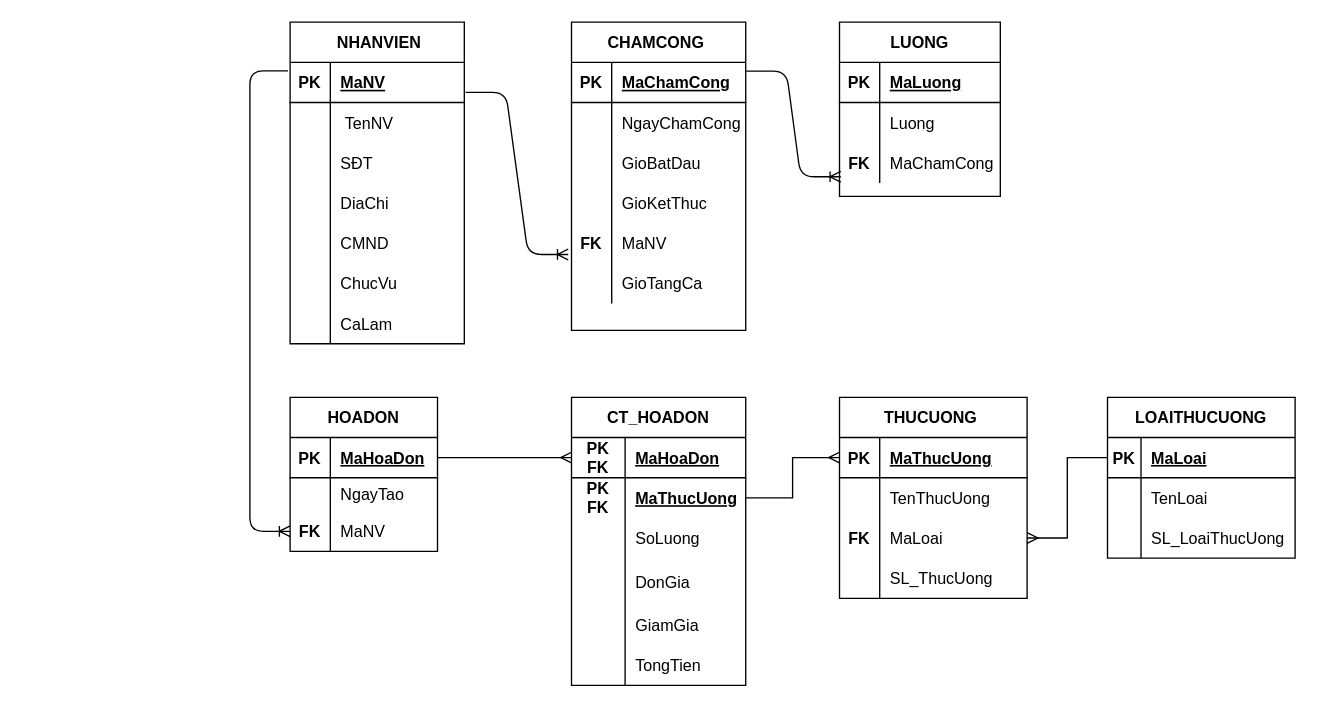
TruongNguyenYenNhi/PTTK-QL-b-n-h-ng keeps this draw.io diagram as Draw.io/ERD.drawio. Above is the earlier version. Source tidied: cells renumbered, new cells numbered last; positions are measured from the earlier drawing's top-left corner, leaving out a move shared by most shapes. Both pictures are drawn from the tidied source at 134%, with x=0, y=0 at pixel (249, 21).
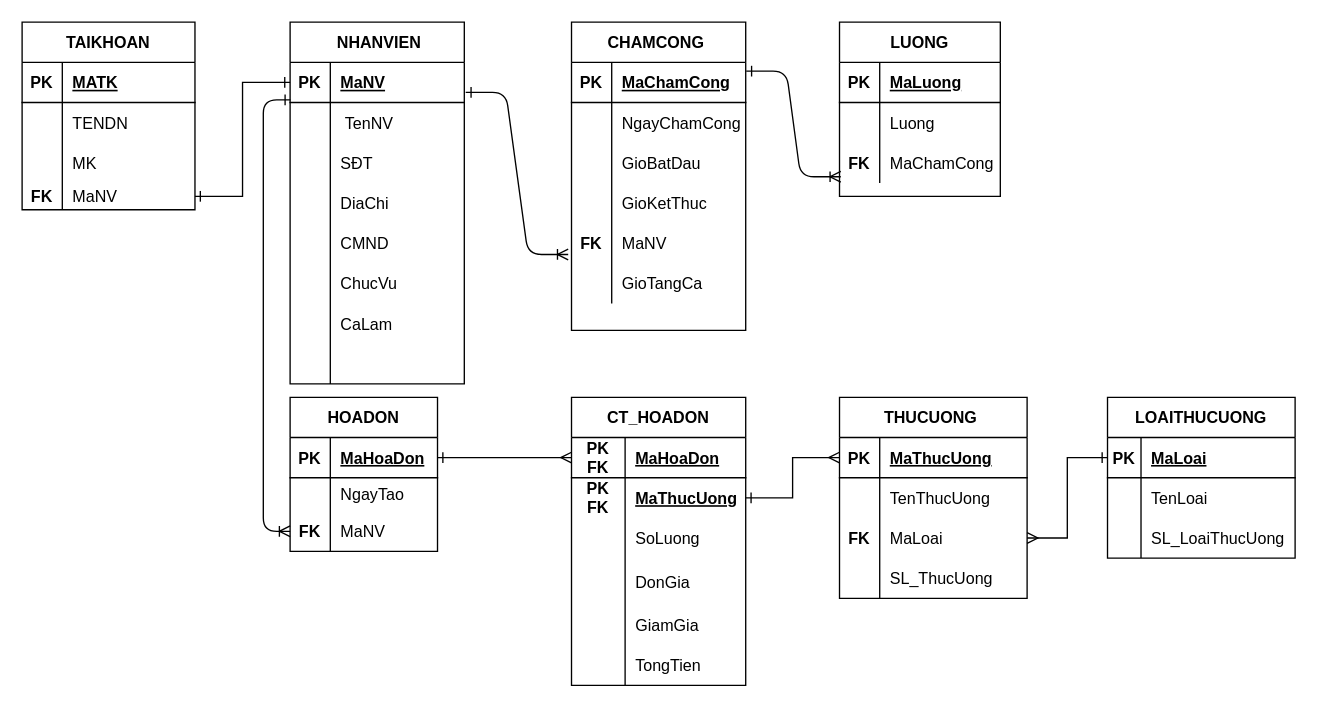
After the change.

The change refers to these unchanged cells:
```xml
<mxCell id="3" style="shape=partialRectangle;fillColor=none;top=0;left=0;bottom=1;right=0;points=[[0,0.5],[1,0.5]];portConstraint=eastwest;" parent="2" vertex="1">
  <mxGeometry y="30" width="130" height="30" as="geometry" />
</mxCell>
<mxCell id="25" style="shape=partialRectangle;fillColor=none;top=0;left=0;bottom=1;right=0;points=[[0,0.5],[1,0.5]];portConstraint=eastwest;" parent="24" vertex="1">
  <mxGeometry y="30" width="130" height="30" as="geometry" />
</mxCell>
<mxCell id="37" style="shape=partialRectangle;fillColor=none;top=0;left=0;bottom=0;right=0;points=[[0,0.5],[1,0.5]];portConstraint=eastwest;" parent="24" vertex="1">
  <mxGeometry y="150" width="130" height="30" as="geometry" />
</mxCell>
<mxCell id="50" style="shape=partialRectangle;fillColor=none;top=0;left=0;bottom=0;right=0;points=[[0,0.5],[1,0.5]];portConstraint=eastwest;" parent="43" vertex="1">
  <mxGeometry y="90" width="120" height="30" as="geometry" />
</mxCell>
<mxCell id="54" style="shape=partialRectangle;fillColor=none;top=0;left=0;bottom=1;right=0;points=[[0,0.5],[1,0.5]];portConstraint=eastwest;" parent="53" vertex="1">
  <mxGeometry y="30" width="140" height="30" as="geometry" />
</mxCell>
<mxCell id="60" style="shape=partialRectangle;fillColor=none;top=0;left=0;bottom=0;right=0;points=[[0,0.5],[1,0.5]];portConstraint=eastwest;" parent="53" vertex="1">
  <mxGeometry y="90" width="140" height="30" as="geometry" />
</mxCell>
<mxCell id="67" style="shape=partialRectangle;fillColor=none;top=0;left=0;bottom=1;right=0;points=[[0,0.5],[1,0.5]];portConstraint=eastwest;" parent="66" vertex="1">
  <mxGeometry y="30" width="130" height="30" as="geometry" />
</mxCell>
<mxCell id="70" style="shape=partialRectangle;fillColor=none;top=0;left=0;bottom=0;right=0;points=[[0,0.5],[1,0.5]];portConstraint=eastwest;" parent="66" vertex="1">
  <mxGeometry y="60" width="130" height="30" as="geometry" />
</mxCell>
<mxCell id="86" style="shape=partialRectangle;fillColor=none;top=0;left=0;bottom=1;right=0;points=[[0,0.5],[1,0.5]];portConstraint=eastwest;" parent="85" vertex="1">
  <mxGeometry y="30" width="110" height="30" as="geometry" />
</mxCell>
<mxCell id="92" style="shape=partialRectangle;fillColor=none;top=0;left=0;bottom=0;right=0;points=[[0,0.5],[1,0.5]];portConstraint=eastwest;" parent="85" vertex="1">
  <mxGeometry y="85" width="110" height="30" as="geometry" />
</mxCell>
<mxCell id="96" style="shape=partialRectangle;fillColor=none;top=0;left=0;bottom=1;right=0;points=[[0,0.5],[1,0.5]];portConstraint=eastwest;" parent="95" vertex="1">
  <mxGeometry y="30" width="140" height="30" as="geometry" />
</mxCell>
```

What changed in the source:
```diff
@@
     <mxCell id="2" value=" NHANVIEN" style="shape=table;startSize=30;childLayout=tableLayout;rowLines=0;fontStyle=1;align=center;" parent="1" vertex="1">
-      <mxGeometry x="30" width="130" height="240" as="geometry" />
+      <mxGeometry x="30" width="130" height="270" as="geometry" />
     </mxCell>
@@
+    <mxCell id="111" style="shape=partialRectangle;fillColor=none;top=0;left=0;bottom=0;right=0;" parent="2" vertex="1">
+      <mxGeometry y="240" width="130" height="30" as="geometry" />
+    </mxCell>
+    <mxCell id="112" style="shape=partialRectangle;fillColor=none;top=0;left=0;bottom=0;right=0;overflow=hidden;" parent="111" vertex="1">
+      <mxGeometry width="30" height="30" as="geometry" />
+    </mxCell>
+    <mxCell id="113" style="shape=partialRectangle;fillColor=none;top=0;left=0;bottom=0;right=0;align=left;spacingLeft=6;overflow=hidden;" parent="111" vertex="1">
+      <mxGeometry x="30" width="100" height="30" as="geometry" />
+    </mxCell>
@@
-    <mxCell id="105" style="edgeStyle=entityRelationEdgeStyle;fontSize=12;html=1;endArrow=ERoneToMany;entryX=-0.019;entryY=0.78;entryDx=0;entryDy=0;entryPerimeter=0;exitX=1.008;exitY=0.747;exitDx=0;exitDy=0;exitPerimeter=0;" parent="1" edge="1" source="3" target="37">
+    <mxCell id="105" style="edgeStyle=entityRelationEdgeStyle;fontSize=12;html=1;endArrow=ERoneToMany;entryX=-0.019;entryY=0.78;entryDx=0;entryDy=0;entryPerimeter=0;exitX=1.008;exitY=0.747;exitDx=0;exitDy=0;exitPerimeter=0;startArrow=ERone;startFill=0;" parent="1" edge="1" source="3" target="37">
       <mxGeometry relative="1" as="geometry" />
     </mxCell>
-    <mxCell id="106" style="edgeStyle=entityRelationEdgeStyle;fontSize=12;html=1;endArrow=ERoneToMany;entryX=0.008;entryY=0.847;entryDx=0;entryDy=0;entryPerimeter=0;exitX=1.003;exitY=0.22;exitDx=0;exitDy=0;exitPerimeter=0;" parent="1" edge="1" source="25" target="50">
+    <mxCell id="106" style="edgeStyle=entityRelationEdgeStyle;fontSize=12;html=1;endArrow=ERoneToMany;entryX=0.008;entryY=0.847;entryDx=0;entryDy=0;entryPerimeter=0;exitX=1.003;exitY=0.22;exitDx=0;exitDy=0;exitPerimeter=0;startArrow=ERone;startFill=0;" parent="1" edge="1" source="25" target="50">
       <mxGeometry relative="1" as="geometry" />
     </mxCell>
-    <mxCell id="107" style="edgeStyle=orthogonalEdgeStyle;fontSize=12;html=1;endArrow=ERoneToMany;exitX=-0.012;exitY=0.213;exitDx=0;exitDy=0;exitPerimeter=0;entryX=0;entryY=0.5;entryDx=0;entryDy=0;" parent="1" edge="1" source="3" target="92">
+    <mxCell id="107" style="edgeStyle=orthogonalEdgeStyle;fontSize=12;html=1;endArrow=ERoneToMany;exitX=0.002;exitY=0.933;exitDx=0;exitDy=0;exitPerimeter=0;entryX=0;entryY=0.5;entryDx=0;entryDy=0;startArrow=ERone;startFill=0;" parent="1" edge="1" source="3" target="92">
       <mxGeometry relative="1" as="geometry">
         <Array as="points">
-          <mxPoint y="36" />
-          <mxPoint y="380" />
+          <mxPoint x="10" y="58" />
+          <mxPoint x="10" y="380" />
         </Array>
       </mxGeometry>
     </mxCell>
-    <mxCell id="108" style="edgeStyle=orthogonalEdgeStyle;rounded=0;jettySize=auto;html=1;exitX=1;exitY=0.5;exitDx=0;exitDy=0;entryX=0;entryY=0.5;entryDx=0;entryDy=0;endArrow=ERmany;endFill=0;" parent="1" edge="1" source="86" target="67">
+    <mxCell id="108" style="edgeStyle=orthogonalEdgeStyle;rounded=0;jettySize=auto;html=1;exitX=1;exitY=0.5;exitDx=0;exitDy=0;entryX=0;entryY=0.5;entryDx=0;entryDy=0;endArrow=ERmany;endFill=0;startArrow=ERone;startFill=0;" parent="1" edge="1" source="86" target="67">
       <mxGeometry relative="1" as="geometry" />
     </mxCell>
-    <mxCell id="109" style="edgeStyle=orthogonalEdgeStyle;rounded=0;jettySize=auto;html=1;exitX=0;exitY=0.5;exitDx=0;exitDy=0;entryX=1;entryY=0.5;entryDx=0;entryDy=0;endArrow=ERmany;endFill=0;" parent="1" edge="1" source="96" target="60">
+    <mxCell id="109" style="edgeStyle=orthogonalEdgeStyle;rounded=0;jettySize=auto;html=1;exitX=0;exitY=0.5;exitDx=0;exitDy=0;entryX=1;entryY=0.5;entryDx=0;entryDy=0;endArrow=ERmany;endFill=0;startArrow=ERone;startFill=0;" parent="1" edge="1" source="96" target="60">
       <mxGeometry relative="1" as="geometry" />
     </mxCell>
-    <mxCell id="110" style="rounded=0;jettySize=auto;html=1;exitX=1;exitY=0.5;exitDx=0;exitDy=0;entryX=0;entryY=0.5;entryDx=0;entryDy=0;endArrow=ERmany;endFill=0;edgeStyle=orthogonalEdgeStyle;" parent="1" edge="1" source="70" target="54">
+    <mxCell id="110" style="rounded=0;jettySize=auto;html=1;exitX=1;exitY=0.5;exitDx=0;exitDy=0;entryX=0;entryY=0.5;entryDx=0;entryDy=0;endArrow=ERmany;endFill=0;edgeStyle=orthogonalEdgeStyle;startArrow=ERone;startFill=0;" parent="1" edge="1" source="70" target="54">
       <mxGeometry relative="1" as="geometry" />
     </mxCell>
+    <mxCell id="114" value="TAIKHOAN" style="shape=table;startSize=30;childLayout=tableLayout;rowLines=0;fontStyle=1;align=center;" parent="1" vertex="1">
+      <mxGeometry x="-170" width="129" height="140" as="geometry" />
+    </mxCell>
+    <mxCell id="115" style="shape=partialRectangle;fillColor=none;top=0;left=0;bottom=1;right=0;" parent="114" vertex="1">
+      <mxGeometry y="30" width="129" height="30" as="geometry" />
+    </mxCell>
+    <mxCell id="116" value="PK" style="shape=partialRectangle;fillColor=none;top=0;left=0;bottom=0;right=0;fontStyle=1;overflow=hidden;" parent="115" vertex="1">
+      <mxGeometry width="30" height="30" as="geometry" />
+    </mxCell>
+    <mxCell id="117" value="MATK" style="shape=partialRectangle;fillColor=none;top=0;left=0;bottom=0;right=0;align=left;spacingLeft=6;fontStyle=5;overflow=hidden;" parent="115" vertex="1">
+      <mxGeometry x="30" width="99" height="30" as="geometry" />
+    </mxCell>
+    <mxCell id="118" style="shape=partialRectangle;fillColor=none;top=0;left=0;bottom=0;right=0;" parent="114" vertex="1">
+      <mxGeometry y="60" width="129" height="30" as="geometry" />
+    </mxCell>
+    <mxCell id="119" style="shape=partialRectangle;fillColor=none;top=0;left=0;bottom=0;right=0;overflow=hidden;fontStyle=1;" parent="118" vertex="1">
+      <mxGeometry width="30" height="30" as="geometry" />
+    </mxCell>
+    <mxCell id="120" value="TENDN" style="shape=partialRectangle;fillColor=none;top=0;left=0;bottom=0;right=0;align=left;spacingLeft=6;overflow=hidden;" parent="118" vertex="1">
+      <mxGeometry x="30" width="99" height="30" as="geometry" />
+    </mxCell>
+    <mxCell id="121" style="shape=partialRectangle;fillColor=none;top=0;left=0;bottom=0;right=0;" parent="114" vertex="1">
+      <mxGeometry y="90" width="129" height="30" as="geometry" />
+    </mxCell>
+    <mxCell id="122" style="shape=partialRectangle;fillColor=none;top=0;left=0;bottom=0;right=0;overflow=hidden;" parent="121" vertex="1">
+      <mxGeometry width="30" height="30" as="geometry" />
+    </mxCell>
+    <mxCell id="123" value="MK" style="shape=partialRectangle;fillColor=none;top=0;left=0;bottom=0;right=0;align=left;spacingLeft=6;overflow=hidden;" parent="121" vertex="1">
+      <mxGeometry x="30" width="99" height="30" as="geometry" />
+    </mxCell>
+    <mxCell id="124" style="shape=partialRectangle;fillColor=none;top=0;left=0;bottom=0;right=0;points=[[0,0.5],[1,0.5]];portConstraint=eastwest;" parent="114" vertex="1">
+      <mxGeometry y="120" width="129" height="20" as="geometry" />
+    </mxCell>
+    <mxCell id="125" value="FK" style="shape=partialRectangle;fillColor=none;top=0;left=0;bottom=0;right=0;overflow=hidden;fontStyle=1;" parent="124" vertex="1">
+      <mxGeometry width="30" height="20" as="geometry" />
+    </mxCell>
+    <mxCell id="126" value="MaNV" style="shape=partialRectangle;fillColor=none;top=0;left=0;bottom=0;right=0;align=left;spacingLeft=6;overflow=hidden;" parent="124" vertex="1">
+      <mxGeometry x="30" width="99" height="20" as="geometry" />
+    </mxCell>
+    <mxCell id="127" style="edgeStyle=orthogonalEdgeStyle;rounded=0;jettySize=auto;html=1;exitX=0;exitY=0.5;exitDx=0;exitDy=0;endArrow=ERone;endFill=0;startArrow=ERone;startFill=0;" parent="1" edge="1" source="3" target="124">
+      <mxGeometry relative="1" as="geometry" />
+    </mxCell>
```
